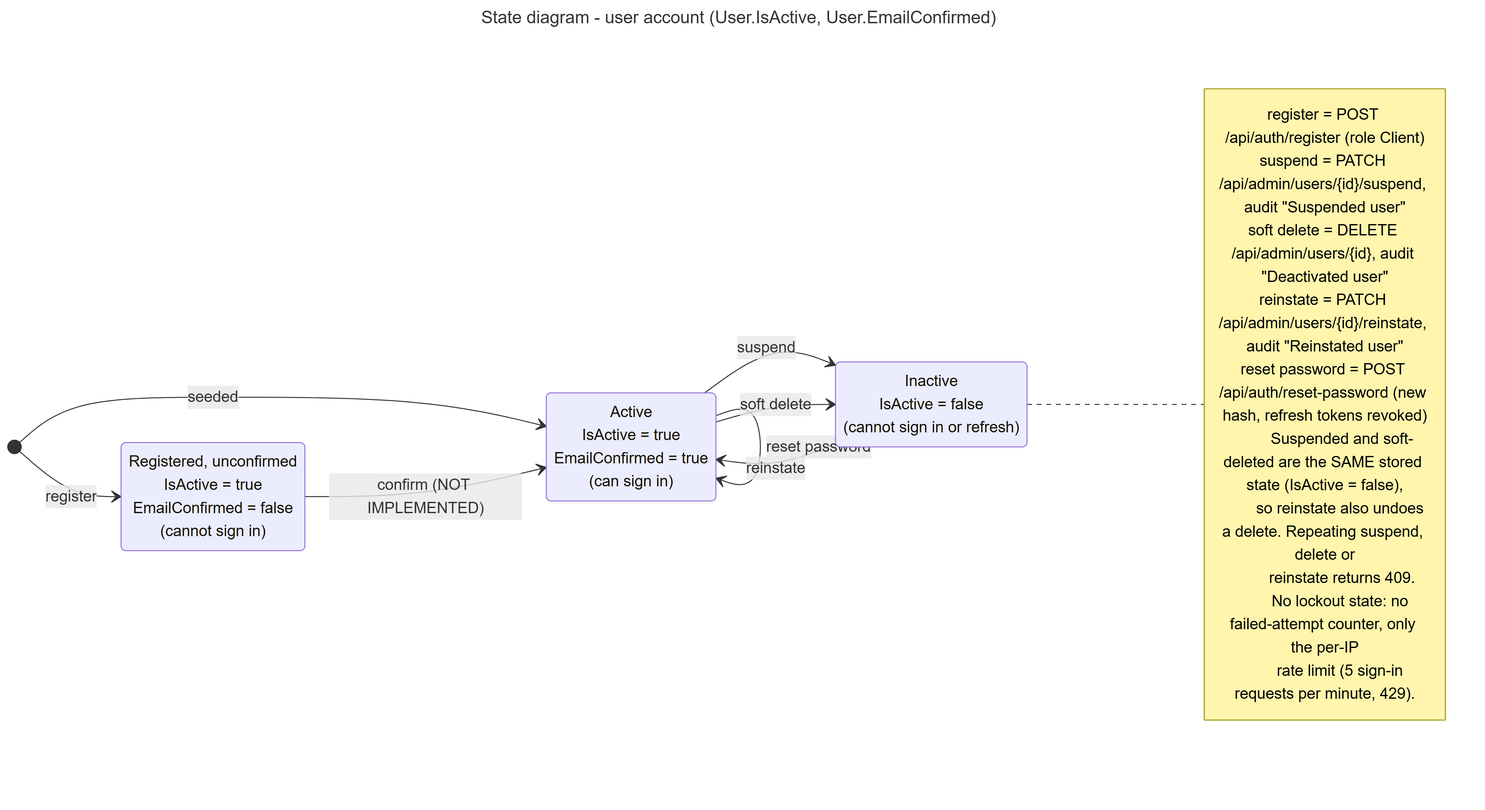
Above: docs/diagrams/state-user-account.png in Muthambi-Mbulungeni/final-project-api (Mermaid), before the change. Its source is kept beside it as docs/diagrams/state-user-account.mmd. Source of this version:
```mermaid
---
title: State diagram - user account (User.IsActive, User.EmailConfirmed)
---
stateDiagram-v2
    direction LR

    state "Registered, unconfirmed<br>IsActive = true<br>EmailConfirmed = false<br>(cannot sign in)" as Unconfirmed
    state "Active<br>IsActive = true<br>EmailConfirmed = true<br>(can sign in)" as Active
    state "Inactive<br>IsActive = false<br>(cannot sign in or refresh)" as Inactive

    [*] --> Unconfirmed : register
    [*] --> Active : seeded
    Unconfirmed --> Active : confirm (NOT IMPLEMENTED)
    Active --> Inactive : suspend
    Active --> Inactive : soft delete
    Inactive --> Active : reinstate
    Active --> Active : reset password

    note right of Inactive
        register = POST /api/auth/register (role Client)
        suspend = PATCH /api/admin/users/{id}/suspend, audit "Suspended user"
        soft delete = DELETE /api/admin/users/{id}, audit "Deactivated user"
        reinstate = PATCH /api/admin/users/{id}/reinstate, audit "Reinstated user"
        reset password = POST /api/auth/reset-password (new hash, refresh tokens revoked)

        Suspended and soft-deleted are the SAME stored state (IsActive = false),
        so reinstate also undoes a delete. Repeating suspend, delete or
        reinstate returns 409.
        No lockout state: no failed-attempt counter, only the per-IP
        rate limit (5 sign-in requests per minute, 429).
    end note
```
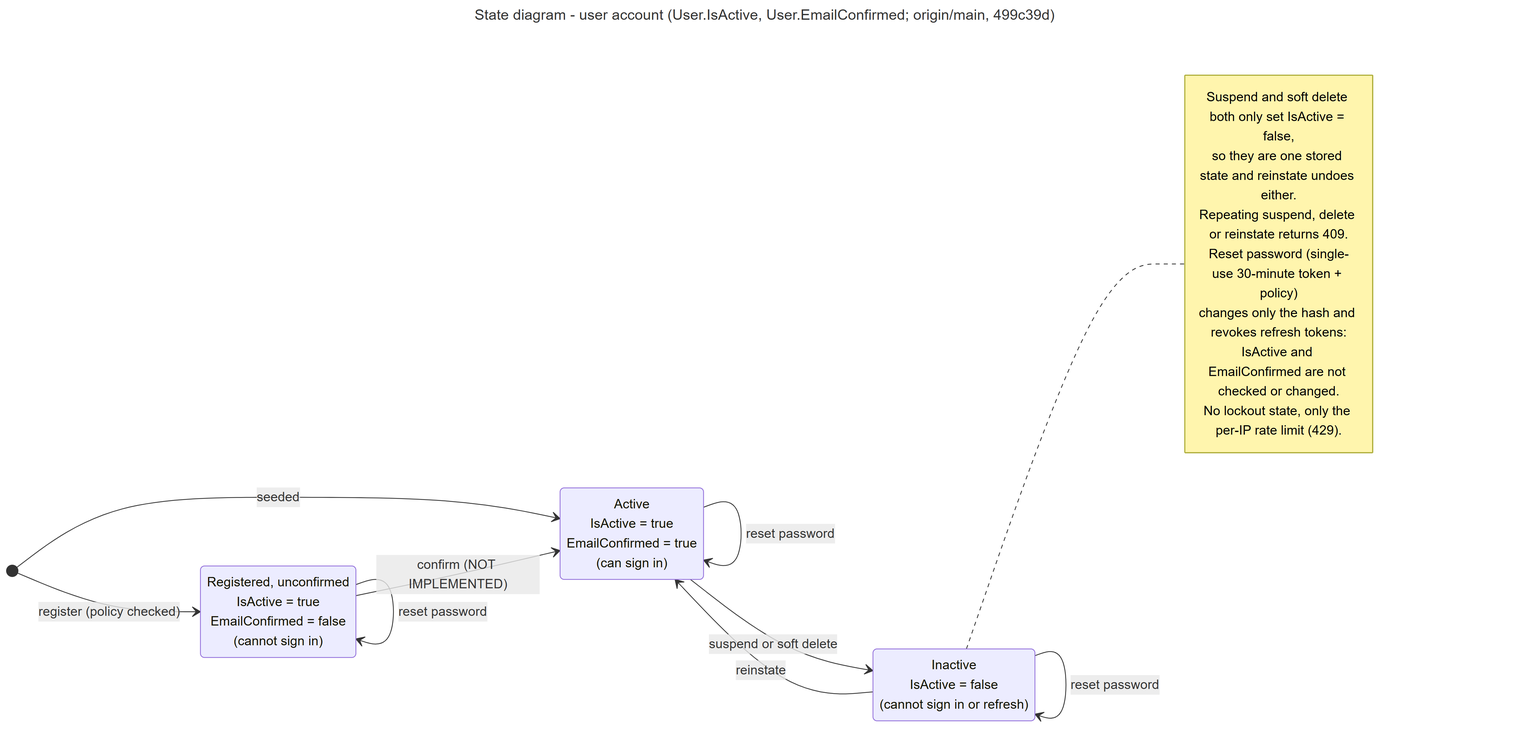
Above is the later version.

Commit message:
docs: update password reset and account state diagrams to main

What changed in the source:
```diff
@@ -1,5 +1,5 @@
 ---
-title: State diagram - user account (User.IsActive, User.EmailConfirmed)
+title: State diagram - user account (User.IsActive, User.EmailConfirmed; origin/main, 499c39d)
 ---
 stateDiagram-v2
     direction LR
@@ -8,24 +8,21 @@
     state "Active<br>IsActive = true<br>EmailConfirmed = true<br>(can sign in)" as Active
     state "Inactive<br>IsActive = false<br>(cannot sign in or refresh)" as Inactive
 
-    [*] --> Unconfirmed : register
+    [*] --> Unconfirmed : register (policy checked)
     [*] --> Active : seeded
     Unconfirmed --> Active : confirm (NOT IMPLEMENTED)
-    Active --> Inactive : suspend
-    Active --> Inactive : soft delete
+    Active --> Inactive : suspend or soft delete
     Inactive --> Active : reinstate
     Active --> Active : reset password
+    Inactive --> Inactive : reset password
+    Unconfirmed --> Unconfirmed : reset password
 
     note right of Inactive
-        register = POST /api/auth/register (role Client)
-        suspend = PATCH /api/admin/users/{id}/suspend, audit "Suspended user"
-        soft delete = DELETE /api/admin/users/{id}, audit "Deactivated user"
-        reinstate = PATCH /api/admin/users/{id}/reinstate, audit "Reinstated user"
-        reset password = POST /api/auth/reset-password (new hash, refresh tokens revoked)
-
-        Suspended and soft-deleted are the SAME stored state (IsActive = false),
-        so reinstate also undoes a delete. Repeating suspend, delete or
-        reinstate returns 409.
-        No lockout state: no failed-attempt counter, only the per-IP
-        rate limit (5 sign-in requests per minute, 429).
+        Suspend and soft delete both only set IsActive = false,
+        so they are one stored state and reinstate undoes either.
+        Repeating suspend, delete or reinstate returns 409.
+        Reset password (single-use 30-minute token + policy)
+        changes only the hash and revokes refresh tokens:
+        IsActive and EmailConfirmed are not checked or changed.
+        No lockout state, only the per-IP rate limit (429).
     end note
```
